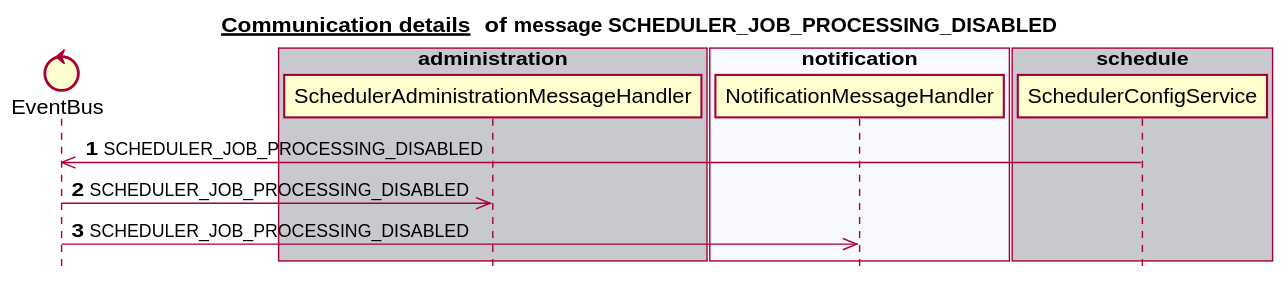
Above: docs/latest/images/gen_domain_messaging_scheduler_job_processing_disabled.svg in mercedes-benz/sechub (PlantUML), before the change. The source it was exported from:
```plantuml
@startuml


title __Communication details __ of **message SCHEDULER_JOB_PROCESSING_DISABLED**
skinparam style strictuml


control EventBus
box "scan" #C8C8CF
end box
box "authorization" #F8F8FF
end box
box "administration" #C8C8CF
   participant SchedulerAdministrationMessageHandler
end box
box "notification" #F8F8FF
   participant NotificationMessageHandler
end box
box "schedule" #C8C8CF
   participant SchedulerConfigService
end box
autonumber 1
SchedulerConfigService ->> EventBus:SCHEDULER_JOB_PROCESSING_DISABLED
EventBus ->> SchedulerAdministrationMessageHandler:SCHEDULER_JOB_PROCESSING_DISABLED
EventBus ->> NotificationMessageHandler:SCHEDULER_JOB_PROCESSING_DISABLED
autonumber stop


@enduml
```
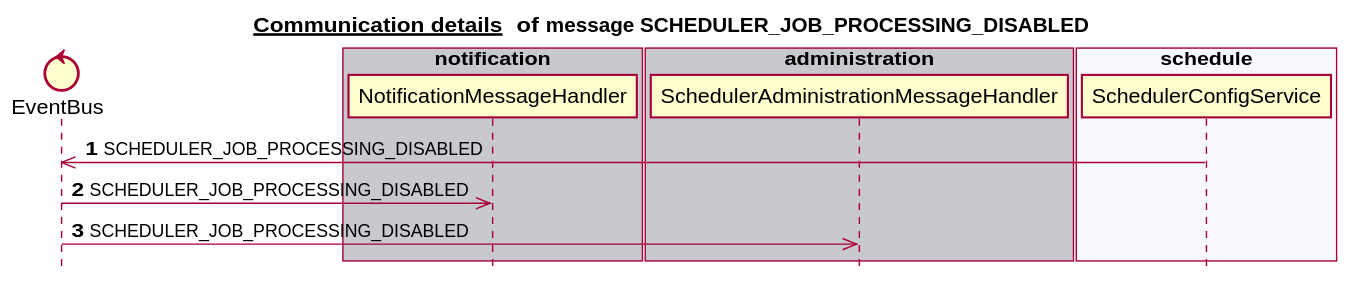
After the change.

The edit, as a diff of the source:
```diff
@@ -6,23 +6,23 @@
 
 
 control EventBus
-box "scan" #C8C8CF
+box "notification" #C8C8CF
+   participant NotificationMessageHandler
 end box
 box "authorization" #F8F8FF
 end box
 box "administration" #C8C8CF
    participant SchedulerAdministrationMessageHandler
 end box
-box "notification" #F8F8FF
-   participant NotificationMessageHandler
+box "schedule" #F8F8FF
+   participant SchedulerConfigService
 end box
-box "schedule" #C8C8CF
-   participant SchedulerConfigService
+box "scan" #C8C8CF
 end box
 autonumber 1
 SchedulerConfigService ->> EventBus:SCHEDULER_JOB_PROCESSING_DISABLED
+EventBus ->> NotificationMessageHandler:SCHEDULER_JOB_PROCESSING_DISABLED
 EventBus ->> SchedulerAdministrationMessageHandler:SCHEDULER_JOB_PROCESSING_DISABLED
-EventBus ->> NotificationMessageHandler:SCHEDULER_JOB_PROCESSING_DISABLED
 autonumber stop
 
 
```
